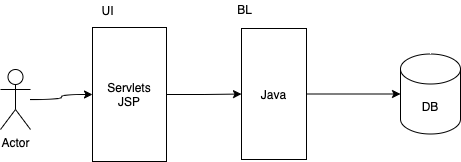
Above: images/day6.drawio.png in adithnaveen/sapient-freshers-aem-oct-2021 (draw.io), before the change. Source tidied: cells renumbered, new cells last; positions are measured from the earlier drawing's top-left corner, leaving out a move shared by most shapes.
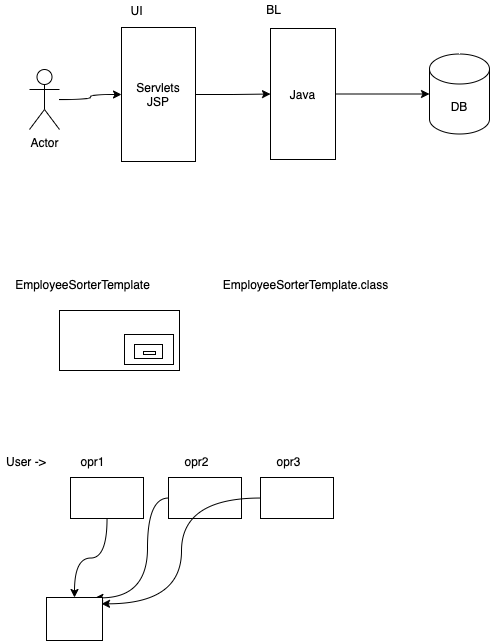
Later version of the same file.

Diff of the diagram source:
```diff
@@ -29,5 +29,61 @@
     <mxCell id="10" value="DB" style="shape=cylinder3;whiteSpace=wrap;html=1;boundedLbl=1;backgroundOutline=1;size=15;" parent="1" vertex="1">
       <mxGeometry x="400" y="53.5" width="60" height="80" as="geometry" />
     </mxCell>
+    <mxCell id="11" style="rounded=0;whiteSpace=wrap;html=1;" parent="1" vertex="1">
+      <mxGeometry x="30" y="310" width="120" height="60" as="geometry" />
+    </mxCell>
+    <mxCell id="12" value="EmployeeSorterTemplate" style="text;html=1;align=center;verticalAlign=middle;strokeColor=none;" parent="1" vertex="1">
+      <mxGeometry x="-20" y="275" width="145" height="18" as="geometry" />
+    </mxCell>
+    <mxCell id="13" value="EmployeeSorterTemplate.class" style="text;html=1;align=center;verticalAlign=middle;strokeColor=none;" parent="1" vertex="1">
+      <mxGeometry x="188" y="275" width="175" height="18" as="geometry" />
+    </mxCell>
+    <mxCell id="14" style="rounded=0;whiteSpace=wrap;html=1;" parent="1" vertex="1">
+      <mxGeometry x="95" y="334" width="49" height="30" as="geometry" />
+    </mxCell>
+    <mxCell id="15" style="rounded=0;whiteSpace=wrap;html=1;" parent="1" vertex="1">
+      <mxGeometry x="105" y="344" width="28" height="14" as="geometry" />
+    </mxCell>
+    <mxCell id="16" style="rounded=0;whiteSpace=wrap;html=1;" parent="1" vertex="1">
+      <mxGeometry x="114" y="351" width="12" height="3" as="geometry" />
+    </mxCell>
+    <mxCell id="17" style="edgeStyle=orthogonalEdgeStyle;curved=1;rounded=0;jettySize=auto;html=1;" parent="1" edge="1" source="18" target="27">
+      <mxGeometry relative="1" as="geometry" />
+    </mxCell>
+    <mxCell id="18" style="rounded=0;whiteSpace=wrap;html=1;" parent="1" vertex="1">
+      <mxGeometry x="41" y="477" width="73" height="41" as="geometry" />
+    </mxCell>
+    <mxCell id="19" value="User -&amp;gt;&amp;nbsp;" style="text;html=1;align=center;verticalAlign=middle;strokeColor=none;" parent="1" vertex="1">
+      <mxGeometry x="-29" y="452" width="53" height="18" as="geometry" />
+    </mxCell>
+    <mxCell id="20" style="edgeStyle=orthogonalEdgeStyle;curved=1;rounded=0;jettySize=auto;html=1;entryX=0.863;entryY=0.008;entryDx=0;entryDy=0;entryPerimeter=0;" parent="1" edge="1" source="21" target="27">
+      <mxGeometry relative="1" as="geometry">
+        <Array as="points">
+          <mxPoint x="118" y="498" />
+          <mxPoint x="118" y="597" />
+        </Array>
+      </mxGeometry>
+    </mxCell>
+    <mxCell id="21" style="rounded=0;whiteSpace=wrap;html=1;" parent="1" vertex="1">
+      <mxGeometry x="139" y="477" width="73" height="41" as="geometry" />
+    </mxCell>
+    <mxCell id="22" value="opr1" style="text;html=1;align=center;verticalAlign=middle;strokeColor=none;" parent="1" vertex="1">
+      <mxGeometry x="46" y="452" width="34" height="18" as="geometry" />
+    </mxCell>
+    <mxCell id="23" value="opr2" style="text;html=1;align=center;verticalAlign=middle;strokeColor=none;" parent="1" vertex="1">
+      <mxGeometry x="150" y="452" width="34" height="18" as="geometry" />
+    </mxCell>
+    <mxCell id="24" style="edgeStyle=orthogonalEdgeStyle;curved=1;rounded=0;jettySize=auto;html=1;entryX=0.982;entryY=0.147;entryDx=0;entryDy=0;entryPerimeter=0;" parent="1" edge="1" source="25" target="27">
+      <mxGeometry relative="1" as="geometry" />
+    </mxCell>
+    <mxCell id="25" style="rounded=0;whiteSpace=wrap;html=1;" parent="1" vertex="1">
+      <mxGeometry x="231" y="477" width="73" height="41" as="geometry" />
+    </mxCell>
+    <mxCell id="26" value="opr3" style="text;html=1;align=center;verticalAlign=middle;strokeColor=none;" parent="1" vertex="1">
+      <mxGeometry x="242" y="452" width="34" height="18" as="geometry" />
+    </mxCell>
+    <mxCell id="27" style="rounded=0;whiteSpace=wrap;html=1;" parent="1" vertex="1">
+      <mxGeometry x="17" y="597" width="56" height="43" as="geometry" />
+    </mxCell>
   </root>
 </mxGraphModel>
```
